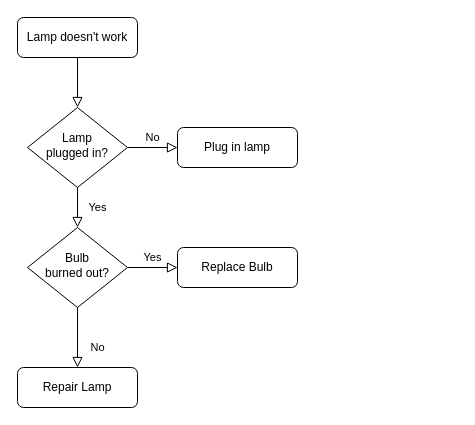
Earlier version of the draw.io diagram Untitled Diagram.drawio (bachdev/diagram). Source tidied: cells renumbered, new cells numbered last; positions are measured from the earlier drawing's top-left corner, leaving out a move shared by most shapes. Both pictures are drawn from the tidied source at 100%, with x=0, y=0 at pixel (17, 17).
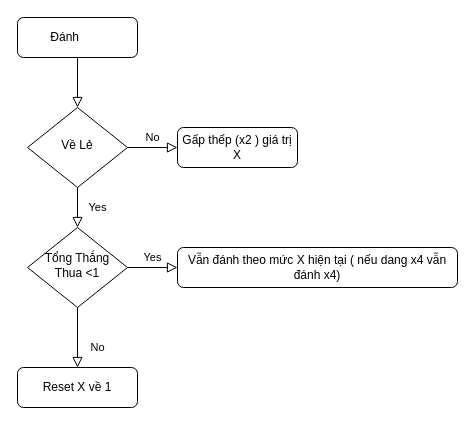
After the change.

The edit, as a diff of the source:
```diff
@@
 <mxGraphModel>
   <root>
     <mxCell id="0" />
     <mxCell id="1" parent="0" />
     <mxCell id="2" style="rounded=0;html=1;jettySize=auto;fontSize=11;endArrow=block;endFill=0;endSize=8;strokeWidth=1;shadow=0;labelBackgroundColor=none;edgeStyle=orthogonalEdgeStyle;" parent="1" edge="1" source="3" target="6">
       <mxGeometry relative="1" as="geometry" />
     </mxCell>
-    <mxCell id="3" value="Lamp doesn't work" style="rounded=1;whiteSpace=wrap;html=1;fontSize=12;glass=0;strokeWidth=1;shadow=0;" parent="1" vertex="1">
+    <mxCell id="3" value="Đánh&lt;span style=&quot;white-space: pre;&quot;&gt;&#9;&lt;/span&gt;" style="rounded=1;whiteSpace=wrap;html=1;fontSize=12;glass=0;strokeWidth=1;shadow=0;" parent="1" vertex="1">
       <mxGeometry width="120" height="40" as="geometry" />
     </mxCell>
     <mxCell id="4" value="Yes" style="rounded=0;html=1;jettySize=auto;fontSize=11;endArrow=block;endFill=0;endSize=8;strokeWidth=1;shadow=0;labelBackgroundColor=none;edgeStyle=orthogonalEdgeStyle;" parent="1" edge="1" source="6" target="10">
       <mxGeometry y="20" relative="1" as="geometry" />
     </mxCell>
     <mxCell id="5" value="No" style="edgeStyle=orthogonalEdgeStyle;rounded=0;html=1;jettySize=auto;fontSize=11;endArrow=block;endFill=0;endSize=8;strokeWidth=1;shadow=0;labelBackgroundColor=none;" parent="1" edge="1" source="6" target="7">
       <mxGeometry y="10" relative="1" as="geometry" />
     </mxCell>
-    <mxCell id="6" value="Lamp&lt;br&gt;plugged in?" style="rhombus;whiteSpace=wrap;html=1;shadow=0;fontFamily=Helvetica;fontSize=12;align=center;strokeWidth=1;spacing=6;spacingTop=-4;" parent="1" vertex="1">
+    <mxCell id="6" value="Về Lẻ" style="rhombus;whiteSpace=wrap;html=1;shadow=0;fontFamily=Helvetica;fontSize=12;align=center;strokeWidth=1;spacing=6;spacingTop=-4;" parent="1" vertex="1">
       <mxGeometry x="10" y="90" width="100" height="80" as="geometry" />
     </mxCell>
-    <mxCell id="7" value="Plug in lamp" style="rounded=1;whiteSpace=wrap;html=1;fontSize=12;glass=0;strokeWidth=1;shadow=0;" parent="1" vertex="1">
+    <mxCell id="7" value="Gấp thếp (x2 ) giá trị X " style="rounded=1;whiteSpace=wrap;html=1;fontSize=12;glass=0;strokeWidth=1;shadow=0;" parent="1" vertex="1">
       <mxGeometry x="160" y="110" width="120" height="40" as="geometry" />
     </mxCell>
     <mxCell id="8" value="No" style="rounded=0;html=1;jettySize=auto;fontSize=11;endArrow=block;endFill=0;endSize=8;strokeWidth=1;shadow=0;labelBackgroundColor=none;edgeStyle=orthogonalEdgeStyle;" parent="1" edge="1" source="10" target="11">
       <mxGeometry x="0.33" y="20" relative="1" as="geometry" />
     </mxCell>
     <mxCell id="9" value="Yes" style="edgeStyle=orthogonalEdgeStyle;rounded=0;html=1;jettySize=auto;fontSize=11;endArrow=block;endFill=0;endSize=8;strokeWidth=1;shadow=0;labelBackgroundColor=none;" parent="1" edge="1" source="10" target="12">
       <mxGeometry y="10" relative="1" as="geometry" />
     </mxCell>
-    <mxCell id="10" value="Bulb&lt;br&gt;burned out?" style="rhombus;whiteSpace=wrap;html=1;shadow=0;fontFamily=Helvetica;fontSize=12;align=center;strokeWidth=1;spacing=6;spacingTop=-4;" parent="1" vertex="1">
+    <mxCell id="10" value="Tổng Thắng Thua &amp;lt;1" style="rhombus;whiteSpace=wrap;html=1;shadow=0;fontFamily=Helvetica;fontSize=12;align=center;strokeWidth=1;spacing=6;spacingTop=-4;" parent="1" vertex="1">
       <mxGeometry x="10" y="210" width="100" height="80" as="geometry" />
     </mxCell>
-    <mxCell id="11" value="Repair Lamp" style="rounded=1;whiteSpace=wrap;html=1;fontSize=12;glass=0;strokeWidth=1;shadow=0;" parent="1" vertex="1">
+    <mxCell id="11" value="Reset X về 1" style="rounded=1;whiteSpace=wrap;html=1;fontSize=12;glass=0;strokeWidth=1;shadow=0;" parent="1" vertex="1">
       <mxGeometry y="350" width="120" height="40" as="geometry" />
     </mxCell>
-    <mxCell id="12" value="Replace Bulb" style="rounded=1;whiteSpace=wrap;html=1;fontSize=12;glass=0;strokeWidth=1;shadow=0;" parent="1" vertex="1">
-      <mxGeometry x="160" y="230" width="120" height="40" as="geometry" />
+    <mxCell id="12" value="Vẫn đánh theo mức X hiện tại ( nếu dang x4 vẫn đánh x4)" style="rounded=1;whiteSpace=wrap;html=1;fontSize=12;glass=0;strokeWidth=1;shadow=0;" parent="1" vertex="1">
+      <mxGeometry x="160" y="230" width="280" height="40" as="geometry" />
     </mxCell>
   </root>
 </mxGraphModel>
```
